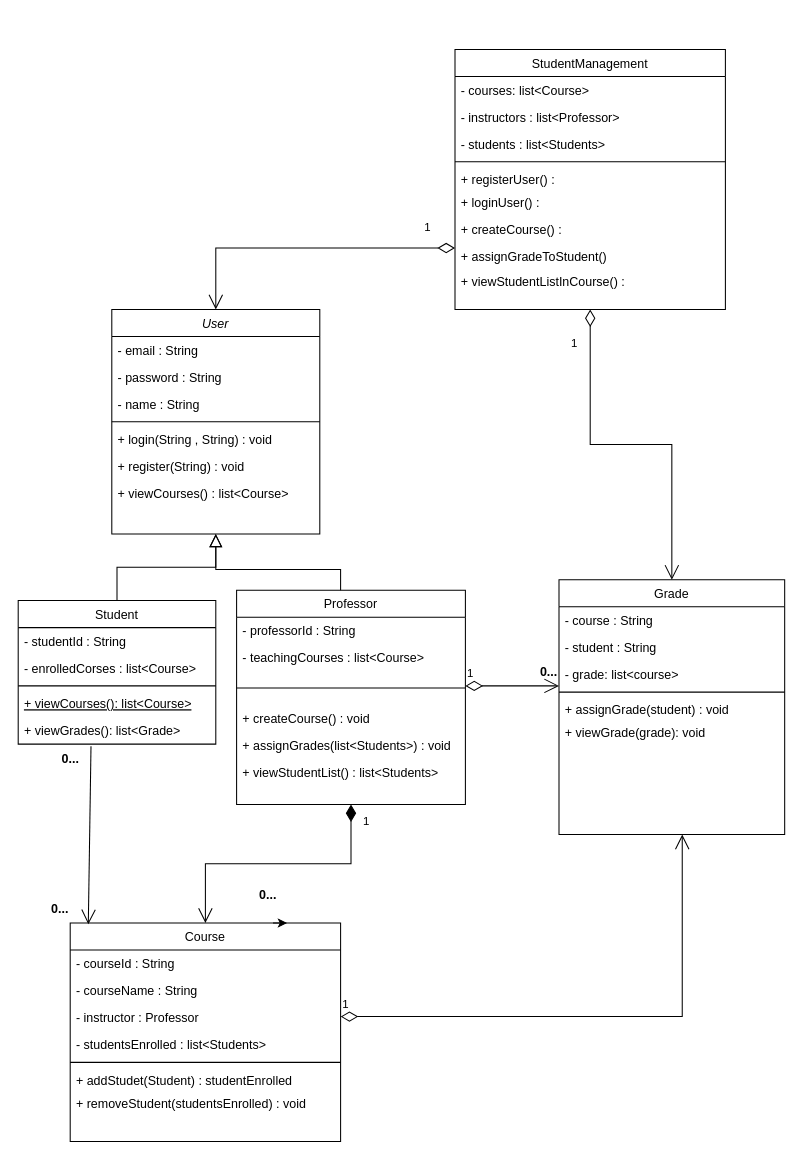
The draw.io diagram SystemStudentManagement2.drawio in mercybabayemi/StudentCourseMangement, before the edit. Source tidied: cells renumbered, new cells numbered last; positions are measured from the earlier drawing's top-left corner, leaving out a move shared by most shapes. Both pictures are drawn from the tidied source at 104%, with x=0, y=0 at pixel (18, 49).
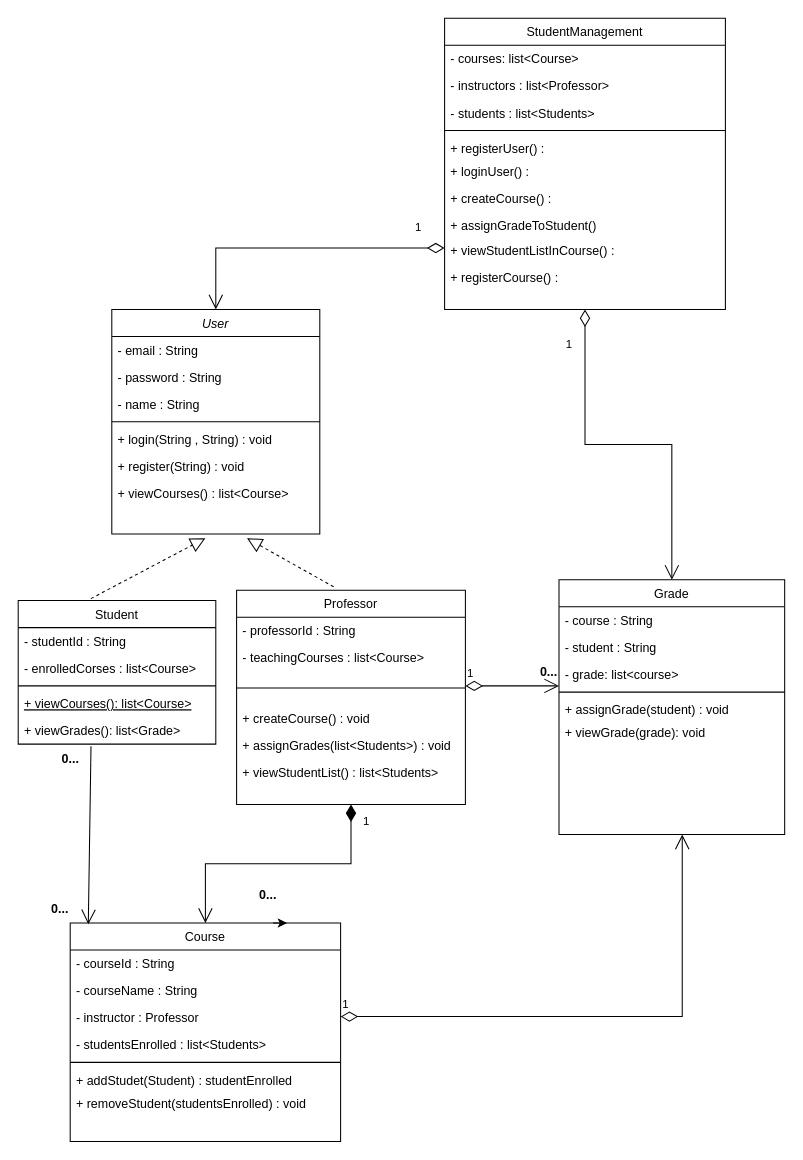
After the change.

The change refers to these unchanged cells:
```xml
<mxCell id="2" value="User" style="swimlane;fontStyle=2;align=center;verticalAlign=top;horizontal=1;startSize=26;rounded=0;shadow=0;strokeWidth=1;" parent="1" vertex="1">
  <mxGeometry x="90" y="250" width="200" height="216" as="geometry" />
</mxCell>
<mxCell id="10" value="Student" style="swimlane;fontStyle=0;align=center;verticalAlign=top;horizontal=1;startSize=26;rounded=0;shadow=0;strokeWidth=1;" parent="1" vertex="1">
  <mxGeometry y="530" width="190" height="138" as="geometry" />
</mxCell>
<mxCell id="17" value="Professor" style="swimlane;fontStyle=0;align=center;verticalAlign=top;horizontal=1;startSize=26;rounded=0;shadow=0;strokeWidth=1;" parent="1" vertex="1">
  <mxGeometry x="210" y="520" width="220" height="206" as="geometry" />
</mxCell>
```

What changed in the source:
```diff
@@
-    <mxCell id="16" style="endArrow=block;endSize=10;endFill=0;shadow=0;strokeWidth=1;rounded=0;curved=0;edgeStyle=elbowEdgeStyle;elbow=vertical;" parent="1" edge="1" source="10" target="2">
-      <mxGeometry relative="1" as="geometry" />
-    </mxCell>
@@
-    <mxCell id="24" style="endArrow=block;endSize=10;endFill=0;shadow=0;strokeWidth=1;rounded=0;curved=0;edgeStyle=elbowEdgeStyle;elbow=vertical;" parent="1" edge="1">
-      <mxGeometry relative="1" as="geometry">
-        <mxPoint x="310" y="520" as="sourcePoint" />
-        <mxPoint x="190" y="466" as="targetPoint" />
-        <Array as="points">
-          <mxPoint x="210" y="500" />
-        </Array>
-      </mxGeometry>
-    </mxCell>
@@
     <mxCell id="40" value="StudentManagement" style="swimlane;fontStyle=0;align=center;verticalAlign=top;horizontal=1;startSize=26;rounded=0;shadow=0;strokeWidth=1;" parent="1" vertex="1">
-      <mxGeometry x="420" width="260" height="250" as="geometry" />
+      <mxGeometry x="410" y="-30" width="270" height="280" as="geometry" />
     </mxCell>
     <mxCell id="41" value="- courses: list&lt;Course&gt;" style="text;align=left;verticalAlign=top;spacingLeft=4;spacingRight=4;overflow=hidden;" parent="40" vertex="1">
-      <mxGeometry y="26" width="260" height="26" as="geometry" />
+      <mxGeometry y="26" width="270" height="26" as="geometry" />
     </mxCell>
     <mxCell id="42" value="- instructors : list&lt;Professor&gt;" style="text;align=left;verticalAlign=top;spacingLeft=4;spacingRight=4;overflow=hidden;rounded=0;shadow=0;html=0;" parent="40" vertex="1">
-      <mxGeometry y="52" width="260" height="26" as="geometry" />
+      <mxGeometry y="52" width="270" height="26" as="geometry" />
     </mxCell>
     <mxCell id="43" value="- students : list&lt;Students&gt;" style="text;align=left;verticalAlign=top;spacingLeft=4;spacingRight=4;overflow=hidden;rounded=0;shadow=0;html=0;" parent="40" vertex="1">
-      <mxGeometry y="78" width="260" height="26" as="geometry" />
+      <mxGeometry y="78" width="270" height="26" as="geometry" />
     </mxCell>
     <mxCell id="44" style="line;html=1;strokeWidth=1;align=left;verticalAlign=middle;spacingTop=-1;spacingLeft=3;spacingRight=3;labelPosition=right;" parent="40" vertex="1">
-      <mxGeometry y="104" width="260" height="8" as="geometry" />
+      <mxGeometry y="104" width="270" height="8" as="geometry" />
     </mxCell>
     <mxCell id="45" value="+ registerUser() : " style="text;align=left;verticalAlign=top;spacingLeft=4;spacingRight=4;overflow=hidden;" parent="40" vertex="1">
-      <mxGeometry y="112" width="260" height="22" as="geometry" />
+      <mxGeometry y="112" width="270" height="22" as="geometry" />
     </mxCell>
     <mxCell id="46" value="+ loginUser() :&#10;" style="text;align=left;verticalAlign=top;spacingLeft=4;spacingRight=4;overflow=hidden;" parent="40" vertex="1">
-      <mxGeometry y="134" width="260" height="26" as="geometry" />
+      <mxGeometry y="134" width="270" height="26" as="geometry" />
     </mxCell>
     <mxCell id="47" value="+ createCourse() :" style="text;strokeColor=none;fillColor=none;align=left;verticalAlign=top;spacingLeft=4;spacingRight=4;overflow=hidden;whiteSpace=wrap;html=1;" parent="40" vertex="1">
-      <mxGeometry y="160" width="260" height="26" as="geometry" />
+      <mxGeometry y="160" width="270" height="26" as="geometry" />
     </mxCell>
     <mxCell id="48" value="+ assignGradeToStudent()" style="text;strokeColor=none;fillColor=none;align=left;verticalAlign=top;spacingLeft=4;spacingRight=4;overflow=hidden;whiteSpace=wrap;html=1;" parent="40" vertex="1">
-      <mxGeometry y="186" width="260" height="24" as="geometry" />
+      <mxGeometry y="186" width="270" height="24" as="geometry" />
     </mxCell>
     <mxCell id="49" value="+ viewStudentListInCourse() :" style="text;strokeColor=none;fillColor=none;align=left;verticalAlign=top;spacingLeft=4;spacingRight=4;overflow=hidden;whiteSpace=wrap;html=1;" parent="40" vertex="1">
-      <mxGeometry y="210" width="260" height="26" as="geometry" />
+      <mxGeometry y="210" width="270" height="26" as="geometry" />
     </mxCell>
+    <mxCell id="61" value="+ registerCourse() :" style="text;strokeColor=none;fillColor=none;align=left;verticalAlign=top;spacingLeft=4;spacingRight=4;overflow=hidden;whiteSpace=wrap;html=1;" parent="40" vertex="1">
+      <mxGeometry y="236" width="270" height="26" as="geometry" />
+    </mxCell>
@@
     <mxCell id="57" value="1" style="endArrow=open;html=1;endSize=12;startArrow=diamondThin;startSize=14;startFill=0;edgeStyle=orthogonalEdgeStyle;align=left;verticalAlign=bottom;rounded=0;entryX=0.5;entryY=0;entryDx=0;entryDy=0;" parent="1" edge="1" target="2">
       <mxGeometry x="-0.79" y="-11" relative="1" as="geometry">
-        <mxPoint x="420" y="191" as="sourcePoint" />
+        <mxPoint x="410" y="191" as="sourcePoint" />
         <Array as="points">
           <mxPoint x="190" y="191" />
         </Array>
         <mxPoint x="-1" as="offset" />
       </mxGeometry>
     </mxCell>
@@
+    <mxCell id="62" style="endArrow=block;dashed=1;endFill=0;endSize=12;html=1;rounded=0;exitX=0.368;exitY=-0.014;exitDx=0;exitDy=0;exitPerimeter=0;" parent="1" edge="1" source="10">
+      <mxGeometry relative="1" as="geometry">
+        <mxPoint x="180" y="470" as="targetPoint" />
+      </mxGeometry>
+    </mxCell>
+    <mxCell id="63" style="endArrow=block;dashed=1;endFill=0;endSize=12;html=1;rounded=0;exitX=0.424;exitY=-0.016;exitDx=0;exitDy=0;exitPerimeter=0;" parent="1" edge="1" source="17">
+      <mxGeometry relative="1" as="geometry">
+        <mxPoint x="220" y="470" as="targetPoint" />
+      </mxGeometry>
+    </mxCell>
```
